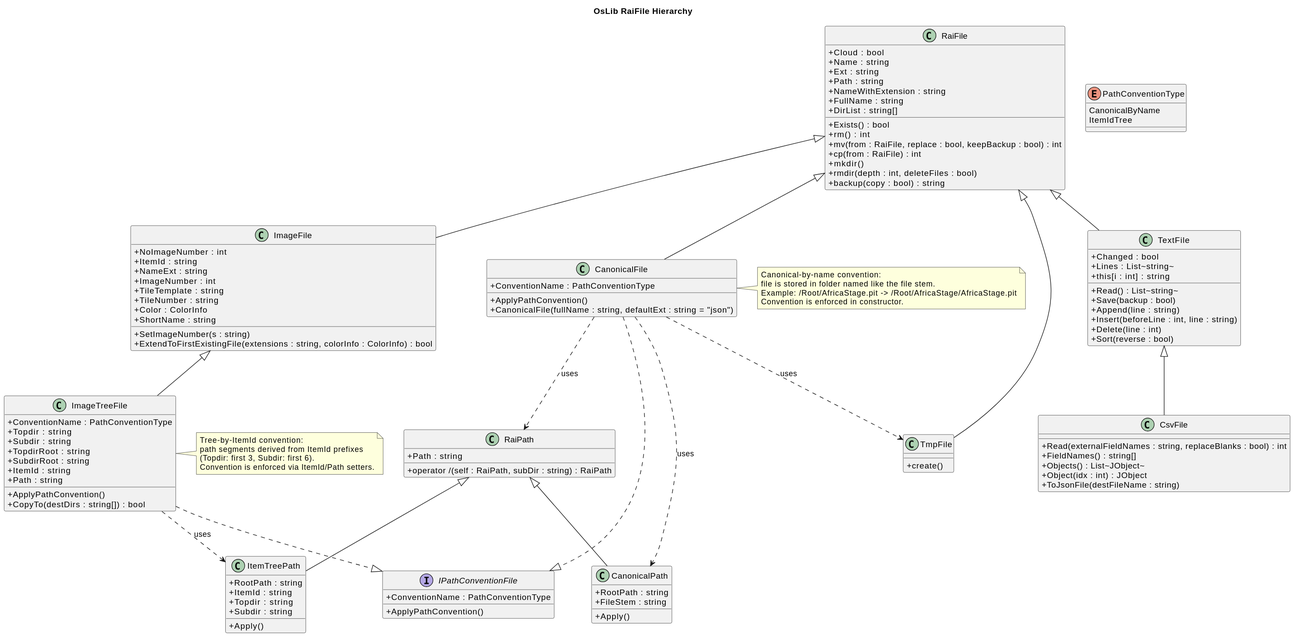
This is RaiFile-Hierarchy.svg from Burkhardt/OsLib, a PlantUML export, as it was before one commit.
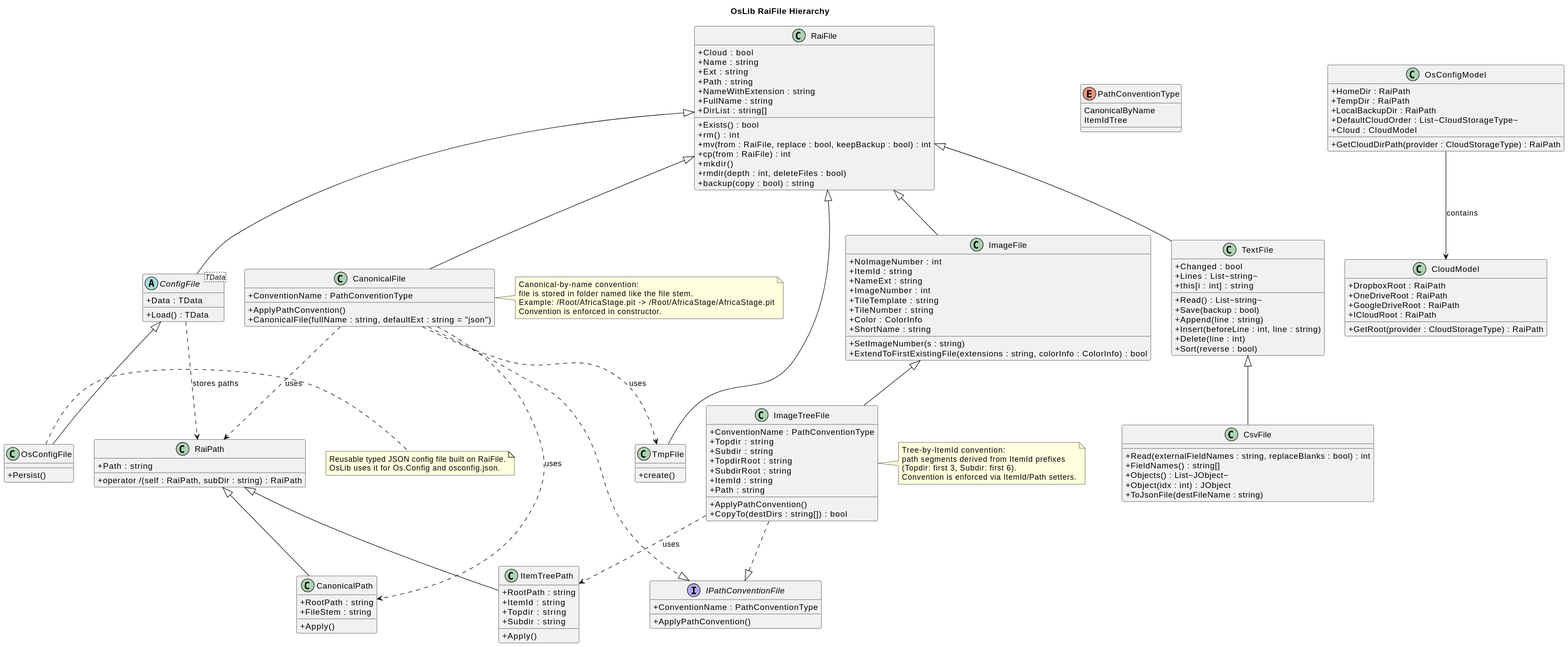
After the commit.

Commit message:
Id instead of Name now identified the PitItem

Change to the diagram source:
```diff
@@ -49,6 +49,32 @@
   +mkdir()
   +rmdir(depth : int, deleteFiles : bool)
   +backup(copy : bool) : string
+}
+
+abstract class "ConfigFile<TData>" as ConfigFile {
+  +Data : TData
+  +Load() : TData
+}
+
+class CloudModel {
+  +DropboxRoot : RaiPath
+  +OneDriveRoot : RaiPath
+  +GoogleDriveRoot : RaiPath
+  +ICloudRoot : RaiPath
+  +GetRoot(provider : CloudStorageType) : RaiPath
+}
+
+class OsConfigModel {
+  +HomeDir : RaiPath
+  +TempDir : RaiPath
+  +LocalBackupDir : RaiPath
+  +DefaultCloudOrder : List~CloudStorageType~
+  +Cloud : CloudModel
+  +GetCloudDirPath(provider : CloudStorageType) : RaiPath
+}
+
+class OsConfigFile {
+  +Persist()
 }
 
 class TextFile {
@@ -120,12 +146,19 @@
   Convention is enforced via ItemId/Path setters.
 end note
 
+note right of OsConfigFile
+  Reusable typed JSON config file built on RaiFile.
+  OsLib uses it for Os.Config and osconfig.json.
+end note
+
 CanonicalFile ..> TmpFile : uses
 CanonicalFile ..> RaiPath : uses
 CanonicalFile ..> CanonicalPath : uses
 CanonicalFile ..|> IPathConventionFile
 ImageTreeFile ..|> IPathConventionFile
 ImageTreeFile ..> ItemTreePath : uses
+ConfigFile ..> RaiPath : stores paths
+OsConfigModel --> CloudModel : contains
 
 RaiPath <|-- CanonicalPath
 RaiPath <|-- ItemTreePath
@@ -134,6 +167,8 @@
 TextFile <|-- CsvFile
 RaiFile <|-- TmpFile
 RaiFile <|-- CanonicalFile
+RaiFile <|-- ConfigFile
+ConfigFile <|-- OsConfigFile
 RaiFile <|-- ImageFile
 ImageFile <|-- ImageTreeFile
 @enduml
```
